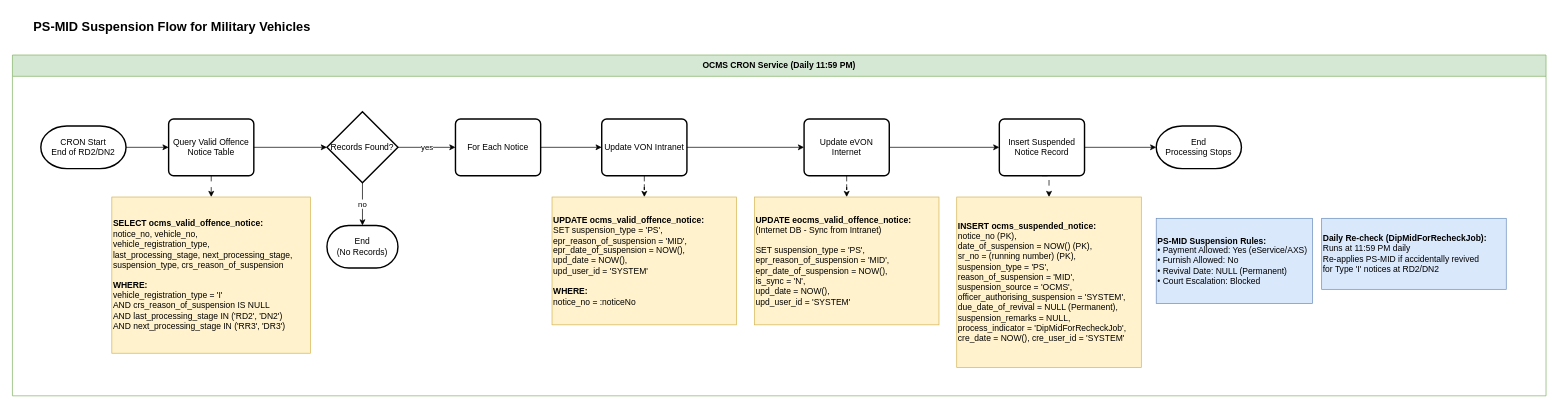
rafifmgg/techdoc keeps this draw.io diagram as page "4.6 PS-MID Suspension" (5 of 5) of OCMS 14/Section 4/OCMS14-Technical_Flowchart_Section_4.drawio. Above is the earlier version. Source tidied: cells renumbered, new cells numbered last; positions are measured from the earlier drawing's top-left corner, leaving out a move shared by most shapes. Both pictures are drawn from the tidied source at 71%, with x=0, y=0 at pixel (12, 12).
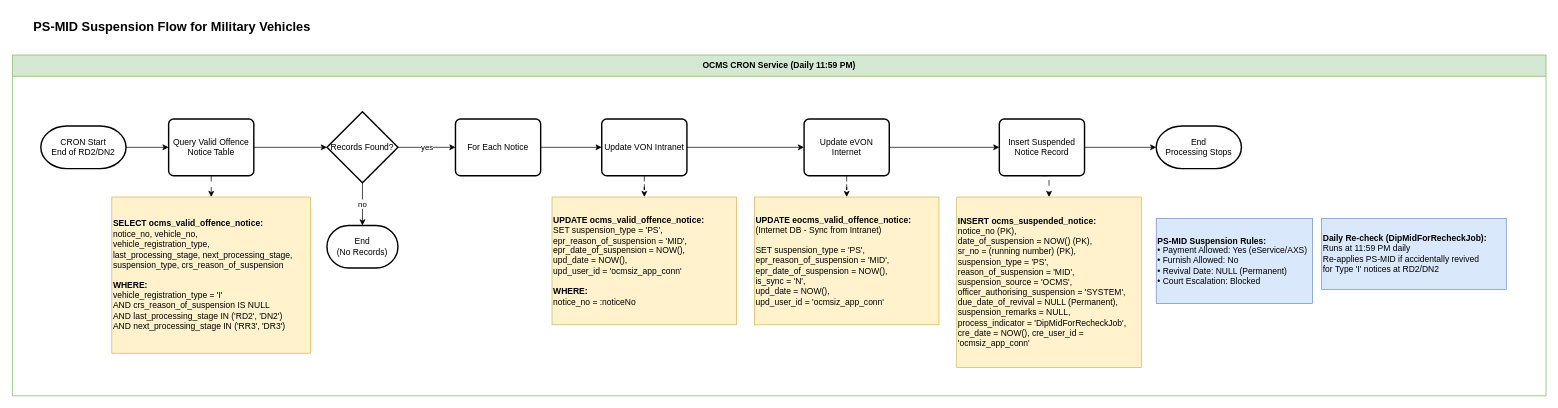
Above is the later version.

The change refers to these unchanged cells:
```xml
<mxCell id="3" value="OCMS CRON Service (Daily 11:59 PM)" style="swimlane;whiteSpace=wrap;html=1;fillColor=#d5e8d4;strokeColor=#82b366;startSize=30;" parent="1" vertex="1">
  <mxGeometry y="60" width="2160" height="480" as="geometry" />
</mxCell>
```

What changed in the source:
```diff
@@
-    <mxCell id="26" value="&lt;b&gt;UPDATE ocms_valid_offence_notice:&lt;/b&gt;&lt;br&gt;SET suspension_type = 'PS',&lt;br&gt;    epr_reason_of_suspension = 'MID',&lt;br&gt;    epr_date_of_suspension = NOW(),&lt;br&gt;    upd_date = NOW(),&lt;br&gt;    upd_user_id = 'SYSTEM'&lt;br&gt;&lt;br&gt;&lt;b&gt;WHERE:&lt;/b&gt;&lt;br&gt;notice_no = :noticeNo" style="text;html=1;whiteSpace=wrap;strokeColor=#d6b656;fillColor=#fff2cc;align=left;verticalAlign=middle;rounded=0;" parent="3" vertex="1">
+    <mxCell id="26" value="&lt;b&gt;UPDATE ocms_valid_offence_notice:&lt;/b&gt;&lt;br&gt;SET suspension_type = 'PS',&lt;br&gt;    epr_reason_of_suspension = 'MID',&lt;br&gt;    epr_date_of_suspension = NOW(),&lt;br&gt;    upd_date = NOW(),&lt;br&gt;    upd_user_id = 'ocmsiz_app_conn'&lt;br&gt;&lt;br&gt;&lt;b&gt;WHERE:&lt;/b&gt;&lt;br&gt;notice_no = :noticeNo" style="text;html=1;whiteSpace=wrap;strokeColor=#d6b656;fillColor=#fff2cc;align=left;verticalAlign=middle;rounded=0;" parent="3" vertex="1">
       <mxGeometry x="760" y="200" width="260" height="180" as="geometry" />
     </mxCell>
-    <mxCell id="27" value="&lt;b&gt;INSERT ocms_suspended_notice:&lt;/b&gt;&lt;br&gt;notice_no (PK),&lt;br&gt;date_of_suspension = NOW() (PK),&lt;br&gt;sr_no = (running number) (PK),&lt;br&gt;suspension_type = 'PS',&lt;br&gt;reason_of_suspension = 'MID',&lt;br&gt;suspension_source = 'OCMS',&lt;br&gt;officer_authorising_suspension = 'SYSTEM',&lt;br&gt;due_date_of_revival = NULL (Permanent),&lt;br&gt;suspension_remarks = NULL,&lt;br&gt;process_indicator = 'DipMidForRecheckJob',&lt;br&gt;cre_date = NOW(), cre_user_id = 'SYSTEM'" style="text;html=1;whiteSpace=wrap;strokeColor=#d6b656;fillColor=#fff2cc;align=left;verticalAlign=middle;rounded=0;" parent="3" vertex="1">
+    <mxCell id="27" value="&lt;b&gt;INSERT ocms_suspended_notice:&lt;/b&gt;&lt;br&gt;notice_no (PK),&lt;br&gt;date_of_suspension = NOW() (PK),&lt;br&gt;sr_no = (running number) (PK),&lt;br&gt;suspension_type = 'PS',&lt;br&gt;reason_of_suspension = 'MID',&lt;br&gt;suspension_source = 'OCMS',&lt;br&gt;officer_authorising_suspension = 'SYSTEM',&lt;br&gt;due_date_of_revival = NULL (Permanent),&lt;br&gt;suspension_remarks = NULL,&lt;br&gt;process_indicator = 'DipMidForRecheckJob',&lt;br&gt;cre_date = NOW(), cre_user_id = 'ocmsiz_app_conn'" style="text;html=1;whiteSpace=wrap;strokeColor=#d6b656;fillColor=#fff2cc;align=left;verticalAlign=middle;rounded=0;" parent="3" vertex="1">
       <mxGeometry x="1330" y="200" width="260" height="240" as="geometry" />
     </mxCell>
-    <mxCell id="28" value="&lt;b&gt;UPDATE eocms_valid_offence_notice:&lt;/b&gt;&lt;br&gt;(Internet DB - Sync from Intranet)&lt;br&gt;&lt;br&gt;SET suspension_type = 'PS',&lt;br&gt;    epr_reason_of_suspension = 'MID',&lt;br&gt;    epr_date_of_suspension = NOW(),&lt;br&gt;    is_sync = 'N',&lt;br&gt;    upd_date = NOW(),&lt;br&gt;    upd_user_id = 'SYSTEM'" style="text;html=1;whiteSpace=wrap;strokeColor=#d6b656;fillColor=#fff2cc;align=left;verticalAlign=middle;rounded=0;" parent="3" vertex="1">
+    <mxCell id="28" value="&lt;b&gt;UPDATE eocms_valid_offence_notice:&lt;/b&gt;&lt;br&gt;(Internet DB - Sync from Intranet)&lt;br&gt;&lt;br&gt;SET suspension_type = 'PS',&lt;br&gt;    epr_reason_of_suspension = 'MID',&lt;br&gt;    epr_date_of_suspension = NOW(),&lt;br&gt;    is_sync = 'N',&lt;br&gt;    upd_date = NOW(),&lt;br&gt;    upd_user_id = 'ocmsiz_app_conn'" style="text;html=1;whiteSpace=wrap;strokeColor=#d6b656;fillColor=#fff2cc;align=left;verticalAlign=middle;rounded=0;" parent="3" vertex="1">
       <mxGeometry x="1045" y="200" width="260" height="180" as="geometry" />
     </mxCell>
```
